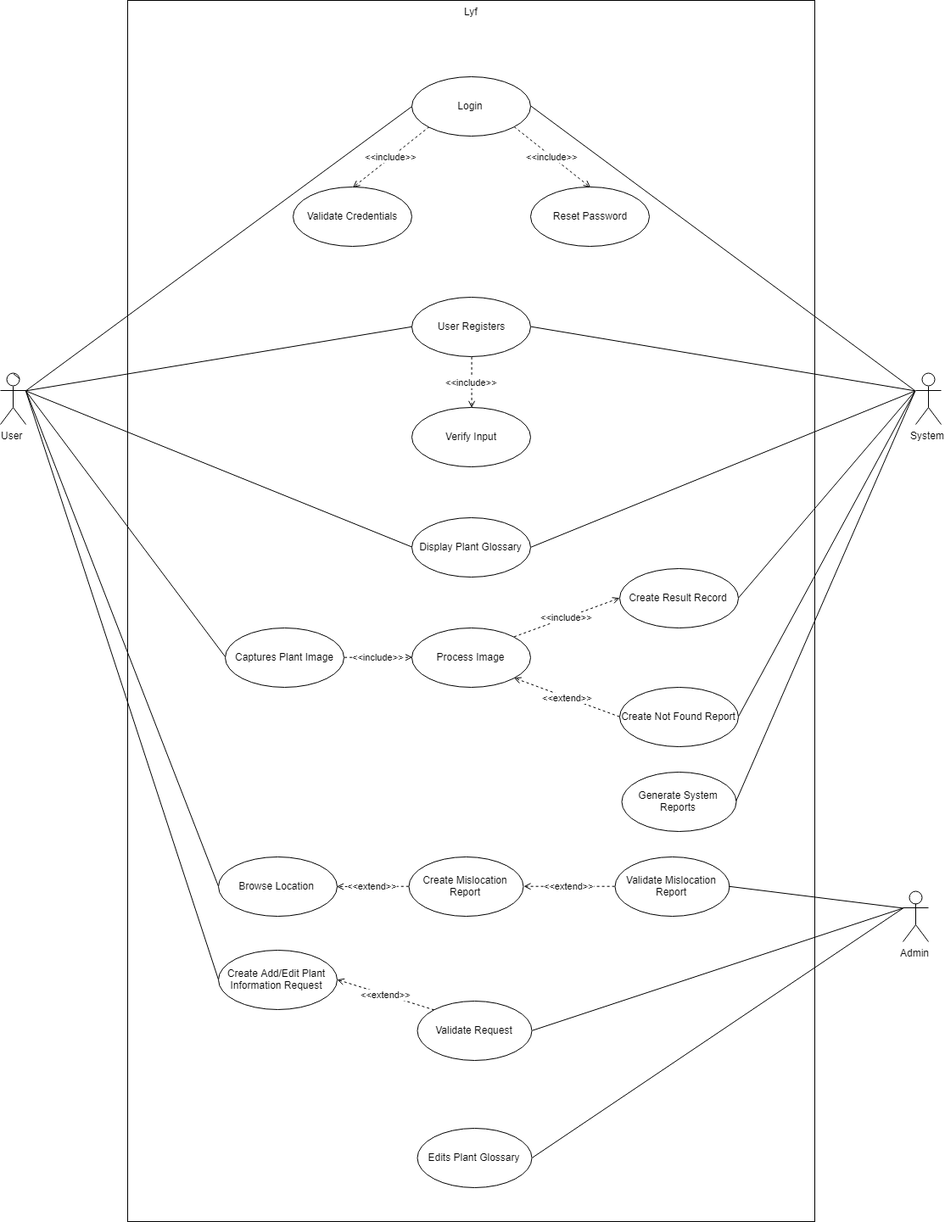
seans888/project--lyf keeps this draw.io diagram as Documentations/Diagrams/0-Use Case Diagram/Use Case Diagram.png. Above is the earlier version. Source tidied: cells renumbered, new cells last; positions are measured from the earlier drawing's top-left corner, leaving out a move shared by most shapes.
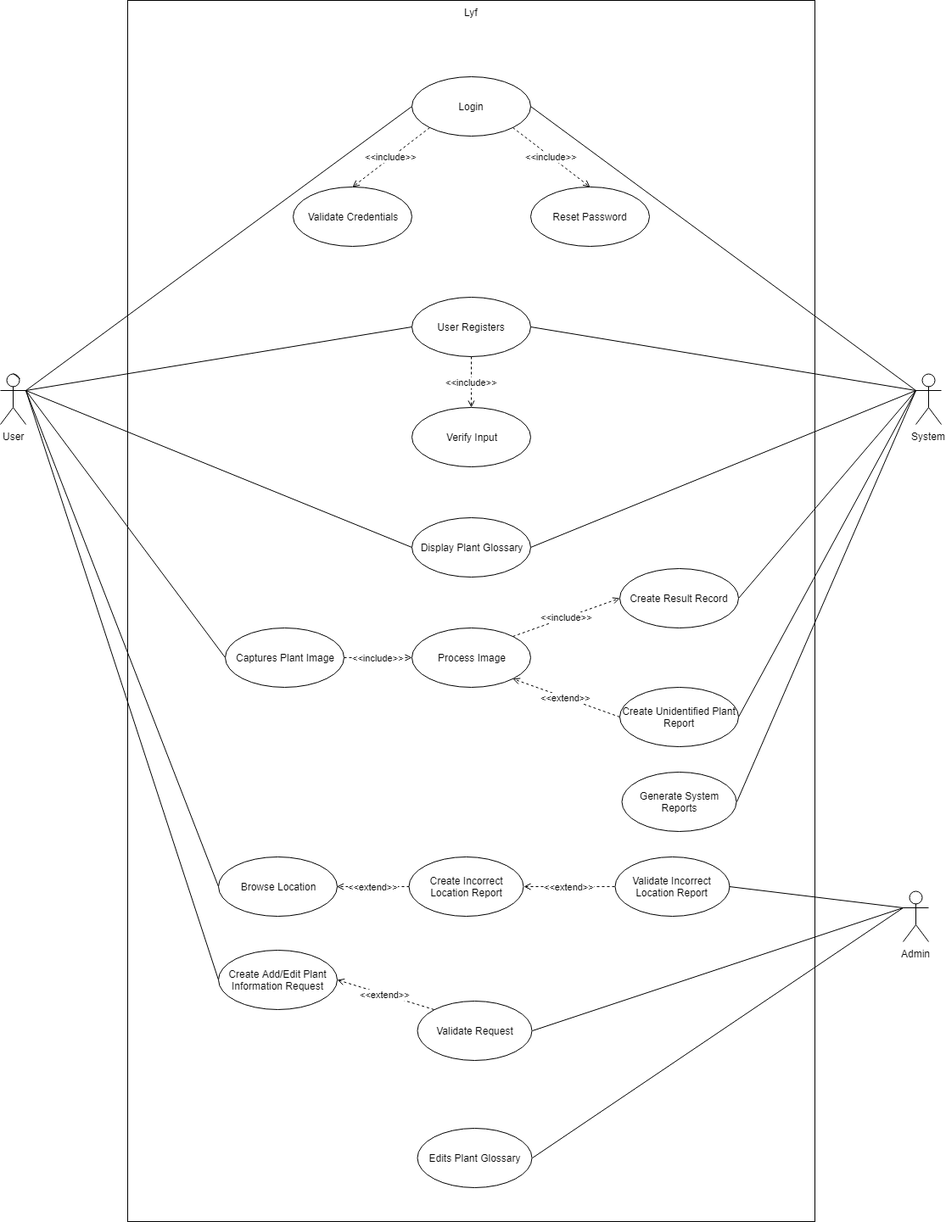
Above is the later version.

Commit message:
use case updated

The edit, as a diff of the source:
```diff
@@ -86,13 +86,13 @@
     <mxCell id="29" style="edgeStyle=none;rounded=0;jettySize=auto;html=1;exitX=1;exitY=0.5;exitDx=0;exitDy=0;endArrow=none;endFill=0;entryX=0;entryY=0.3333333333333333;entryDx=0;entryDy=0;entryPerimeter=0;" parent="1" edge="1" source="30" target="13">
       <mxGeometry relative="1" as="geometry" />
     </mxCell>
-    <mxCell id="30" value="Create Not Found Report" style="ellipse;whiteSpace=wrap;html=1;" parent="1" vertex="1">
+    <mxCell id="30" value="Create Unidentified Plant Report" style="ellipse;whiteSpace=wrap;html=1;" parent="1" vertex="1">
       <mxGeometry x="730" y="810" width="140" height="70" as="geometry" />
     </mxCell>
     <mxCell id="31" value="&amp;lt;&amp;lt;extend&amp;gt;&amp;gt;" style="edgeStyle=none;rounded=0;jettySize=auto;html=1;exitX=0;exitY=0.5;exitDx=0;exitDy=0;endArrow=open;endFill=0;dashed=1;" parent="1" edge="1" source="32" target="34">
       <mxGeometry relative="1" as="geometry" />
     </mxCell>
-    <mxCell id="32" value="Create Mislocation Report" style="ellipse;whiteSpace=wrap;html=1;" parent="1" vertex="1">
+    <mxCell id="32" value="Create Incorrect Location Report" style="ellipse;whiteSpace=wrap;html=1;" parent="1" vertex="1">
       <mxGeometry x="481.5" y="1010" width="135" height="70" as="geometry" />
     </mxCell>
     <mxCell id="33" style="edgeStyle=none;rounded=0;jettySize=auto;html=1;exitX=0;exitY=0.5;exitDx=0;exitDy=0;endArrow=none;endFill=0;" parent="1" edge="1" source="34">
@@ -106,7 +106,7 @@
     <mxCell id="35" value="&amp;lt;&amp;lt;extend&amp;gt;&amp;gt;" style="edgeStyle=none;rounded=0;jettySize=auto;html=1;exitX=0;exitY=0.5;exitDx=0;exitDy=0;entryX=1;entryY=0.5;entryDx=0;entryDy=0;dashed=1;endArrow=open;endFill=0;" parent="1" edge="1" source="36" target="32">
       <mxGeometry relative="1" as="geometry" />
     </mxCell>
-    <mxCell id="36" value="Validate Mislocation Report" style="ellipse;whiteSpace=wrap;html=1;" parent="1" vertex="1">
+    <mxCell id="36" value="Validate Incorrect Location Report" style="ellipse;whiteSpace=wrap;html=1;" parent="1" vertex="1">
       <mxGeometry x="724" y="1010" width="135" height="70" as="geometry" />
     </mxCell>
     <mxCell id="37" style="edgeStyle=none;rounded=0;jettySize=auto;html=1;exitX=0;exitY=0.5;exitDx=0;exitDy=0;entryX=1;entryY=0.3333333333333333;entryDx=0;entryDy=0;entryPerimeter=0;endArrow=none;endFill=0;" parent="1" edge="1" source="38" target="6">
```
